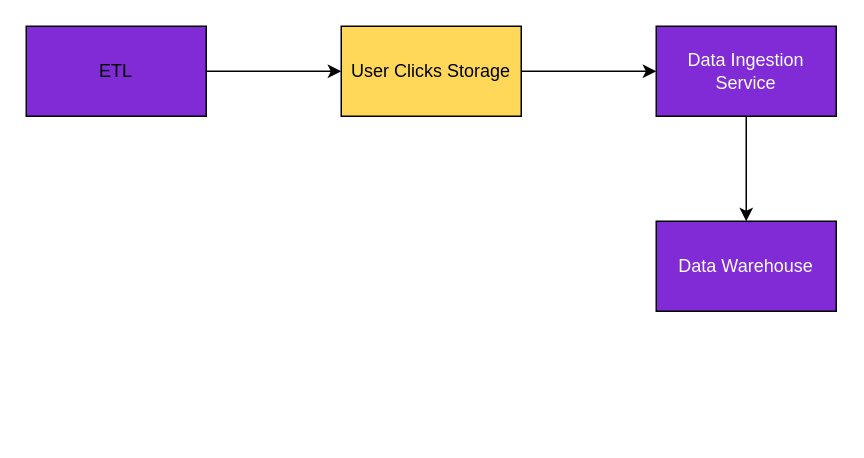
nevillio/hello-world keeps this draw.io diagram as user-clicks-analysis-flow.drawio. Above is the earlier version. Source tidied: cells renumbered, new cells numbered last; positions are measured from the earlier drawing's top-left corner, leaving out a move shared by most shapes. Both pictures are drawn from the tidied source at 150%, with x=0, y=0 at pixel (26, 26).
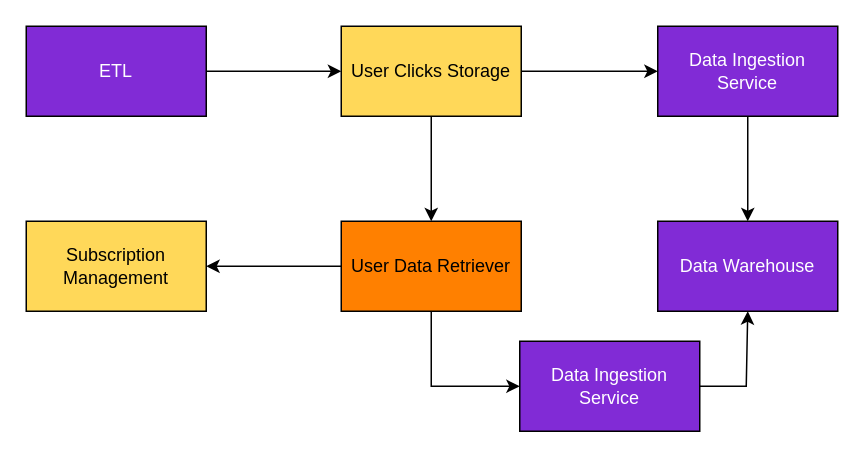
The same diagram, later.

Change to the diagram source:
```diff
@@
 <mxGraphModel>
   <root>
     <mxCell id="0" />
     <mxCell id="1" parent="0" />
     <mxCell id="2" value="&lt;font color=&quot;#ffffff&quot;&gt;Data Warehouse&lt;/font&gt;" style="rounded=0;whiteSpace=wrap;html=1;fillColor=#812BD6;" parent="1" vertex="1">
-      <mxGeometry x="420" y="130" width="120" height="60" as="geometry" />
+      <mxGeometry x="421" y="130" width="120" height="60" as="geometry" />
     </mxCell>
     <mxCell id="3" style="edgeStyle=orthogonalEdgeStyle;rounded=0;jettySize=auto;html=1;" parent="1" edge="1" source="4" target="8">
       <mxGeometry relative="1" as="geometry" />
     </mxCell>
+    <mxCell id="9" style="edgeStyle=orthogonalEdgeStyle;rounded=0;jettySize=auto;html=1;" parent="1" edge="1" source="4" target="12">
+      <mxGeometry relative="1" as="geometry" />
+    </mxCell>
     <mxCell id="4" value="User Clicks Storage" style="rounded=0;whiteSpace=wrap;html=1;fillColor=#FFD859;" parent="1" vertex="1">
       <mxGeometry x="210" width="120" height="60" as="geometry" />
     </mxCell>
     <mxCell id="5" style="edgeStyle=orthogonalEdgeStyle;rounded=0;jettySize=auto;html=1;" parent="1" edge="1" source="6" target="4">
       <mxGeometry relative="1" as="geometry" />
     </mxCell>
-    <mxCell id="6" value="ETL" style="rounded=0;whiteSpace=wrap;html=1;fillColor=#812BD6;" parent="1" vertex="1">
+    <mxCell id="6" value="&lt;font color=&quot;#ffffff&quot;&gt;ETL&lt;/font&gt;" style="rounded=0;whiteSpace=wrap;html=1;fillColor=#812BD6;" parent="1" vertex="1">
       <mxGeometry width="120" height="60" as="geometry" />
     </mxCell>
     <mxCell id="7" style="edgeStyle=orthogonalEdgeStyle;rounded=0;jettySize=auto;html=1;" parent="1" edge="1" source="8" target="2">
       <mxGeometry relative="1" as="geometry" />
     </mxCell>
     <mxCell id="8" value="&lt;font color=&quot;#ffffff&quot;&gt;Data Ingestion Service&lt;/font&gt;" style="rounded=0;whiteSpace=wrap;html=1;fillColor=#812BD6;" parent="1" vertex="1">
-      <mxGeometry x="420" width="120" height="60" as="geometry" />
+      <mxGeometry x="421" width="120" height="60" as="geometry" />
     </mxCell>
+    <mxCell id="10" style="edgeStyle=orthogonalEdgeStyle;rounded=0;jettySize=auto;html=1;" parent="1" edge="1" source="12" target="13">
+      <mxGeometry relative="1" as="geometry" />
+    </mxCell>
+    <mxCell id="11" style="edgeStyle=orthogonalEdgeStyle;rounded=0;jettySize=auto;html=1;entryX=0;entryY=0.5;entryDx=0;entryDy=0;" parent="1" edge="1" source="12" target="15">
+      <mxGeometry relative="1" as="geometry" />
+    </mxCell>
+    <mxCell id="12" value="User Data Retriever" style="rounded=0;whiteSpace=wrap;html=1;fillColor=#FF8000;" parent="1" vertex="1">
+      <mxGeometry x="210" y="130" width="120" height="60" as="geometry" />
+    </mxCell>
+    <mxCell id="13" value="Subscription Management" style="rounded=0;whiteSpace=wrap;html=1;fillColor=#FFD859;" parent="1" vertex="1">
+      <mxGeometry y="130" width="120" height="60" as="geometry" />
+    </mxCell>
+    <mxCell id="14" style="edgeStyle=orthogonalEdgeStyle;rounded=0;jettySize=auto;html=1;entryX=0.5;entryY=1;entryDx=0;entryDy=0;" parent="1" edge="1" source="15" target="2">
+      <mxGeometry relative="1" as="geometry">
+        <Array as="points">
+          <mxPoint x="480" y="240" />
+        </Array>
+      </mxGeometry>
+    </mxCell>
+    <mxCell id="15" value="&lt;font color=&quot;#ffffff&quot;&gt;Data Ingestion Service&lt;/font&gt;" style="rounded=0;whiteSpace=wrap;html=1;fillColor=#812BD6;" parent="1" vertex="1">
+      <mxGeometry x="329" y="210" width="120" height="60" as="geometry" />
+    </mxCell>
   </root>
 </mxGraphModel>
```
